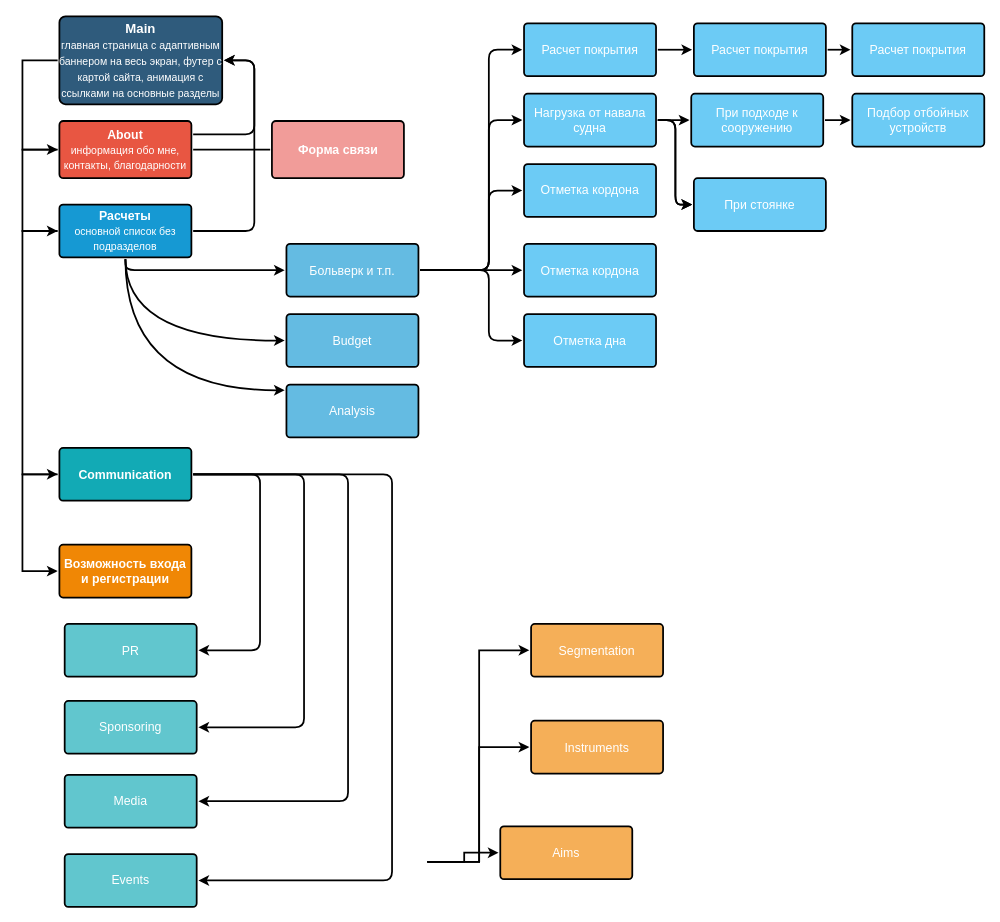
This is Untitled Diagram.drawio from plasticWorld/The_Rose_Curve, a draw.io file, before an edit. Source tidied: cells renumbered, new cells numbered last; positions are measured from the earlier drawing's top-left corner, leaving out a move shared by most shapes. Both pictures are drawn from the tidied source at 88%, with x=0, y=0 at pixel (22, 16).
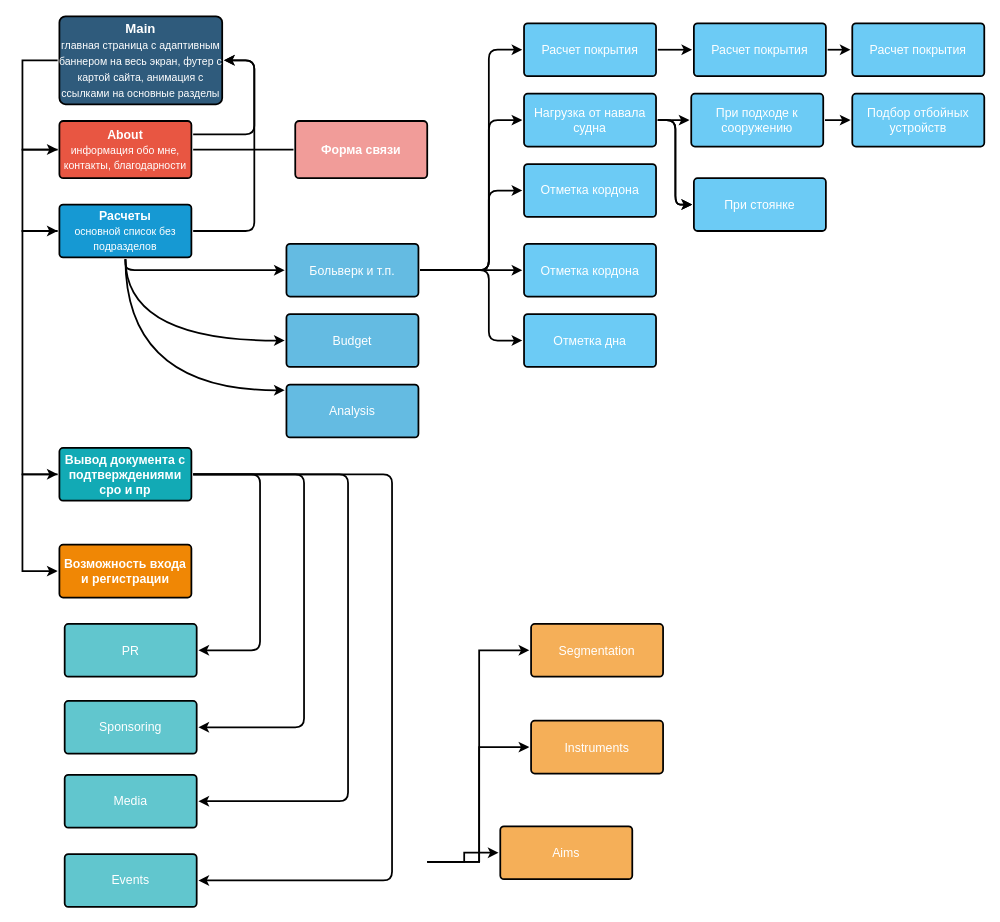
The same diagram, later.

Commit message:
map_site_3

Change to the diagram source:
```diff
@@
     <mxCell id="10" value="Форма связи" style="rounded=1;whiteSpace=wrap;html=1;shadow=0;labelBackgroundColor=none;strokeColor=#000000;strokeWidth=2;fillColor=#F19C99;fontFamily=Helvetica;fontSize=14;fontColor=#FFFFFF;align=center;spacing=5;fontStyle=1;arcSize=7;perimeterSpacing=2;" parent="1" vertex="1">
-      <mxGeometry x="283.5" y="119" width="150" height="65" as="geometry" />
+      <mxGeometry x="310" y="119" width="150" height="65" as="geometry" />
     </mxCell>
@@
-    <mxCell id="47" value="Communication" style="rounded=1;whiteSpace=wrap;html=1;shadow=0;labelBackgroundColor=none;strokeColor=#000000;strokeWidth=2;fillColor=#12aab5;fontFamily=Helvetica;fontSize=14;fontColor=#FFFFFF;align=center;spacing=5;fontStyle=1;arcSize=7;perimeterSpacing=2;" parent="1" vertex="1">
+    <mxCell id="47" value="Вывод документа с подтверждениями сро и пр" style="rounded=1;whiteSpace=wrap;html=1;shadow=0;labelBackgroundColor=none;strokeColor=#000000;strokeWidth=2;fillColor=#12aab5;fontFamily=Helvetica;fontSize=14;fontColor=#FFFFFF;align=center;spacing=5;fontStyle=1;arcSize=7;perimeterSpacing=2;" parent="1" vertex="1">
       <mxGeometry x="42" y="490.5" width="150" height="60" as="geometry" />
     </mxCell>
```
